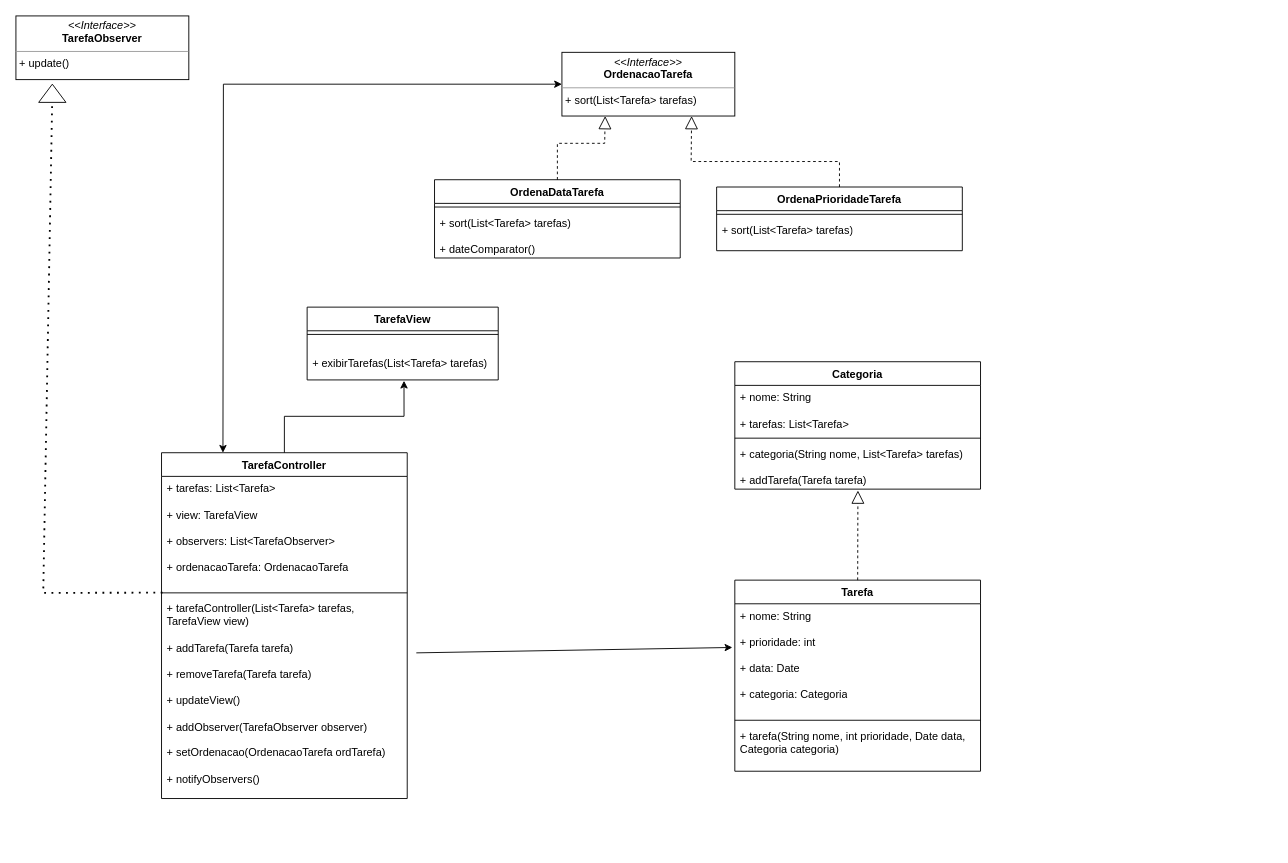
Before: Padroes/MVC/MVC.drawio in juliocesar1316/bertoti, a draw.io diagram. Source tidied: cells renumbered, new cells numbered last; positions are measured from the earlier drawing's top-left corner, leaving out a move shared by most shapes. Both pictures are drawn from the tidied source at 91%, with x=0, y=0 at pixel (15, 15).
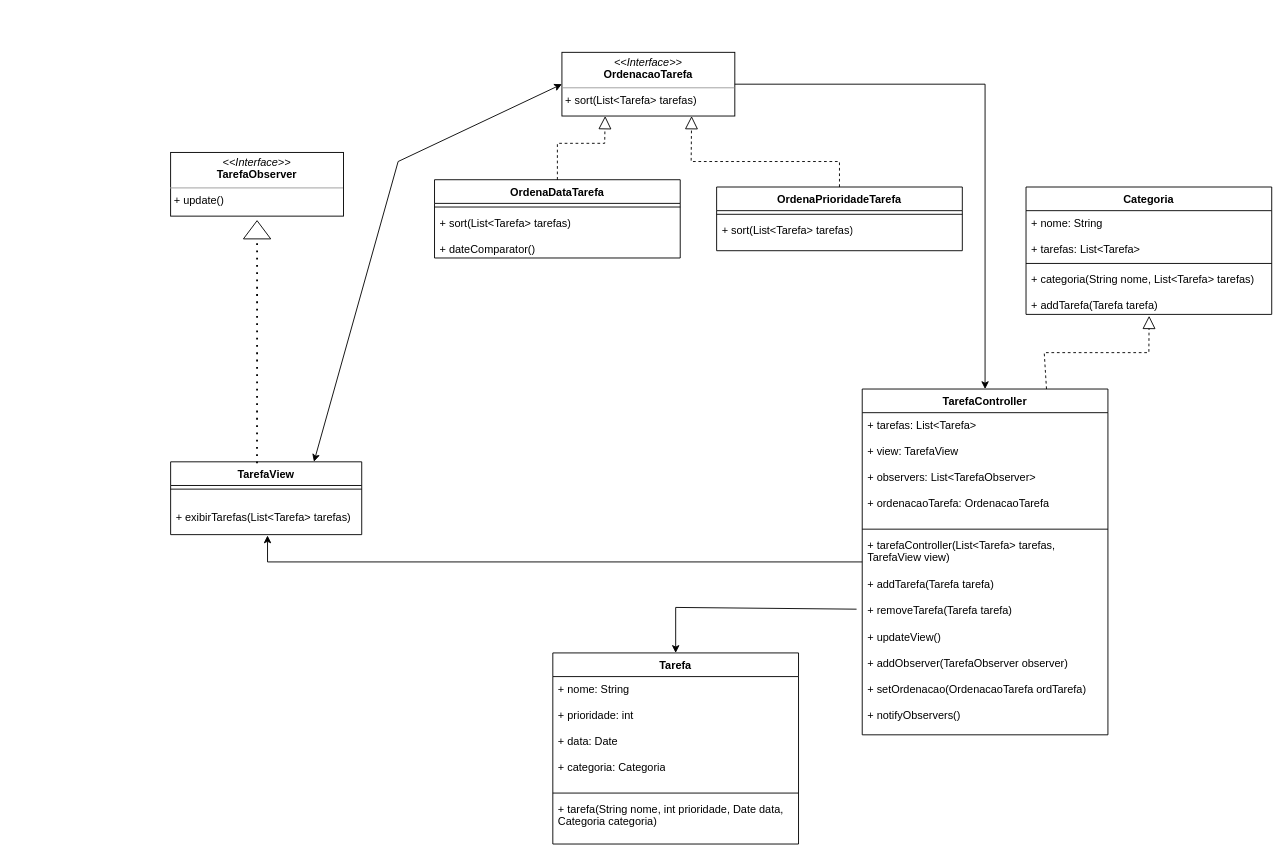
After the change.

Commit message (it also covers changes not shown here):
UML do mvc

The change refers to these unchanged cells:
```xml
<mxCell id="5" value="+ categoria(String nome, List&amp;lt;Tarefa&amp;gt; tarefas)&lt;br&gt;&lt;br&gt;+ addTarefa(Tarefa tarefa)" style="text;strokeColor=none;fillColor=none;align=left;verticalAlign=top;spacingLeft=4;spacingRight=4;overflow=hidden;points=[[0,0.5],[1,0.5]];portConstraint=eastwest;whiteSpace=wrap;html=1;" parent="2" vertex="1">
  <mxGeometry y="88" width="270" height="52" as="geometry" />
</mxCell>
<mxCell id="7" value="+ nome: String&lt;br&gt;&lt;br&gt;+ prioridade: int&lt;br&gt;&lt;br&gt;+ data: Date&lt;br&gt;&lt;br&gt;+ categoria: Categoria" style="text;strokeColor=none;fillColor=none;align=left;verticalAlign=top;spacingLeft=4;spacingRight=4;overflow=hidden;points=[[0,0.5],[1,0.5]];portConstraint=eastwest;whiteSpace=wrap;html=1;" parent="6" vertex="1">
  <mxGeometry y="26" width="270" height="124" as="geometry" />
</mxCell>
<mxCell id="12" value="&lt;br&gt;+ exibirTarefas(List&amp;lt;Tarefa&amp;gt; tarefas)" style="text;strokeColor=none;fillColor=none;align=left;verticalAlign=top;spacingLeft=4;spacingRight=4;overflow=hidden;points=[[0,0.5],[1,0.5]];portConstraint=eastwest;whiteSpace=wrap;html=1;" parent="10" vertex="1">
  <mxGeometry y="34" width="210" height="46" as="geometry" />
</mxCell>
<mxCell id="17" value="&lt;p style=&quot;margin:0px;margin-top:4px;text-align:center;&quot;&gt;&lt;i&gt;&amp;lt;&amp;lt;Interface&amp;gt;&amp;gt;&lt;/i&gt;&lt;br&gt;&lt;b&gt;OrdenacaoTarefa&lt;/b&gt;&lt;/p&gt;&lt;hr size=&quot;1&quot;&gt;&lt;p style=&quot;margin:0px;margin-left:4px;&quot;&gt;+ sort(List&amp;lt;Tarefa&amp;gt; tarefas)&lt;/p&gt;" style="verticalAlign=top;align=left;overflow=fill;fontSize=12;fontFamily=Helvetica;html=1;whiteSpace=wrap;" parent="1" vertex="1">
  <mxGeometry x="600" y="40" width="190" height="70" as="geometry" />
</mxCell>
<mxCell id="24" value="+ tarefaController(List&amp;lt;Tarefa&amp;gt; tarefas, TarefaView view)&lt;br&gt;&lt;br&gt;+ addTarefa(Tarefa tarefa)&lt;br&gt;&lt;br&gt;+ removeTarefa(Tarefa tarefa)&lt;br&gt;&lt;br&gt;+ updateView()&lt;br&gt;&lt;br&gt;+ addObserver(TarefaObserver observer)&lt;br&gt;&lt;br&gt;+ setOrdenacao(OrdenacaoTarefa ordTarefa)&lt;br&gt;&lt;br&gt;+ notifyObservers()" style="text;strokeColor=none;fillColor=none;align=left;verticalAlign=top;spacingLeft=4;spacingRight=4;overflow=hidden;points=[[0,0.5],[1,0.5]];portConstraint=eastwest;whiteSpace=wrap;html=1;" parent="21" vertex="1">
  <mxGeometry y="158" width="270" height="222" as="geometry" />
</mxCell>
```

Change to the diagram source:
```diff
@@
     <mxCell id="2" value="Categoria" style="swimlane;fontStyle=1;align=center;verticalAlign=top;horizontal=1;startSize=26;whiteSpace=wrap;html=1;" parent="1" vertex="1">
-      <mxGeometry x="790" y="380" width="270" height="140" as="geometry" />
+      <mxGeometry x="1110" y="188" width="270" height="140" as="geometry" />
     </mxCell>
@@
     <mxCell id="6" value="Tarefa" style="swimlane;fontStyle=1;align=center;verticalAlign=top;horizontal=1;startSize=26;whiteSpace=wrap;html=1;" parent="1" vertex="1">
-      <mxGeometry x="790" y="620" width="270" height="210" as="geometry" />
+      <mxGeometry x="590" y="700" width="270" height="210" as="geometry" />
     </mxCell>
@@
     <mxCell id="10" value="TarefaView" style="swimlane;fontStyle=1;align=center;verticalAlign=top;horizontal=1;startSize=26;whiteSpace=wrap;html=1;" parent="1" vertex="1">
-      <mxGeometry x="320" y="320" width="210" height="80" as="geometry" />
+      <mxGeometry x="170" y="490" width="210" height="80" as="geometry" />
     </mxCell>
@@
     <mxCell id="13" value="&lt;p style=&quot;margin:0px;margin-top:4px;text-align:center;&quot;&gt;&lt;i&gt;&amp;lt;&amp;lt;Interface&amp;gt;&amp;gt;&lt;/i&gt;&lt;br&gt;&lt;b&gt;TarefaObserver&lt;/b&gt;&lt;/p&gt;&lt;hr size=&quot;1&quot;&gt;&lt;p style=&quot;margin:0px;margin-left:4px;&quot;&gt;+ update()&lt;/p&gt;" style="verticalAlign=top;align=left;overflow=fill;fontSize=12;fontFamily=Helvetica;html=1;whiteSpace=wrap;" parent="1" vertex="1">
-      <mxGeometry width="190" height="70" as="geometry" />
+      <mxGeometry x="170" y="150" width="190" height="70" as="geometry" />
     </mxCell>
@@
     <mxCell id="21" value="TarefaController" style="swimlane;fontStyle=1;align=center;verticalAlign=top;horizontal=1;startSize=26;whiteSpace=wrap;html=1;" parent="1" vertex="1">
-      <mxGeometry x="160" y="480" width="270" height="380" as="geometry" />
+      <mxGeometry x="930" y="410" width="270" height="380" as="geometry" />
     </mxCell>
@@
-    <mxCell id="27" style="edgeStyle=orthogonalEdgeStyle;rounded=0;jettySize=auto;html=1;exitX=0.5;exitY=0;exitDx=0;exitDy=0;entryX=0.507;entryY=1.02;entryDx=0;entryDy=0;entryPerimeter=0;" parent="1" edge="1" source="21" target="12">
+    <mxCell id="27" style="edgeStyle=orthogonalEdgeStyle;rounded=0;jettySize=auto;html=1;entryX=0.507;entryY=1.02;entryDx=0;entryDy=0;entryPerimeter=0;" parent="1" edge="1" source="21" target="12">
       <mxGeometry relative="1" as="geometry" />
     </mxCell>
-    <mxCell id="28" style="endArrow=block;dashed=1;endFill=0;endSize=12;html=1;rounded=0;entryX=0.501;entryY=1.029;entryDx=0;entryDy=0;entryPerimeter=0;exitX=0.5;exitY=0;exitDx=0;exitDy=0;" parent="1" edge="1" source="6" target="5">
-      <mxGeometry relative="1" as="geometry" />
+    <mxCell id="28" style="endArrow=block;dashed=1;endFill=0;endSize=12;html=1;rounded=0;entryX=0.501;entryY=1.029;entryDx=0;entryDy=0;entryPerimeter=0;exitX=0.75;exitY=0;exitDx=0;exitDy=0;" parent="1" edge="1" source="21" target="5">
+      <mxGeometry relative="1" as="geometry">
+        <Array as="points">
+          <mxPoint x="1130" y="370" />
+          <mxPoint x="1245" y="370" />
+        </Array>
+      </mxGeometry>
     </mxCell>
-    <mxCell id="29" style="endArrow=classic;startArrow=classic;html=1;rounded=0;entryX=0;entryY=0.5;entryDx=0;entryDy=0;exitX=0.25;exitY=0;exitDx=0;exitDy=0;" parent="1" edge="1" source="21" target="17">
+    <mxCell id="29" style="endArrow=classic;startArrow=classic;html=1;rounded=0;entryX=0;entryY=0.5;entryDx=0;entryDy=0;exitX=0.75;exitY=0;exitDx=0;exitDy=0;" parent="1" edge="1" source="10" target="17">
       <mxGeometry relative="1" as="geometry">
         <Array as="points">
-          <mxPoint x="228" y="75" />
+          <mxPoint x="420" y="160" />
         </Array>
       </mxGeometry>
     </mxCell>
-    <mxCell id="30" style="endArrow=none;dashed=1;html=1;dashPattern=1 3;strokeWidth=2;rounded=0;exitX=0.004;exitY=-0.019;exitDx=0;exitDy=0;exitPerimeter=0;" parent="1" edge="1" source="24" target="31">
+    <mxCell id="30" style="endArrow=none;dashed=1;html=1;dashPattern=1 3;strokeWidth=2;rounded=0;exitX=0.452;exitY=0.021;exitDx=0;exitDy=0;exitPerimeter=0;" parent="1" edge="1" source="10" target="31">
       <mxGeometry relative="1" as="geometry">
         <Array as="points">
-          <mxPoint x="30" y="634" />
+          <mxPoint x="265" y="400" />
         </Array>
       </mxGeometry>
     </mxCell>
     <mxCell id="31" style="triangle;whiteSpace=wrap;html=1;rotation=-90;" parent="1" vertex="1">
-      <mxGeometry x="30" y="70" width="20" height="30" as="geometry" />
+      <mxGeometry x="255" y="220" width="20" height="30" as="geometry" />
     </mxCell>
-    <mxCell id="32" style="endArrow=classic;html=1;rounded=0;exitX=1.037;exitY=0.279;exitDx=0;exitDy=0;exitPerimeter=0;entryX=-0.01;entryY=0.387;entryDx=0;entryDy=0;entryPerimeter=0;" parent="1" edge="1" source="24" target="7">
-      <mxGeometry relative="1" as="geometry" />
+    <mxCell id="32" style="endArrow=classic;html=1;rounded=0;exitX=-0.023;exitY=0.378;exitDx=0;exitDy=0;entryX=0.5;entryY=0;entryDx=0;entryDy=0;exitPerimeter=0;" parent="1" edge="1" source="24" target="6">
+      <mxGeometry relative="1" as="geometry">
+        <Array as="points">
+          <mxPoint x="725" y="650" />
+        </Array>
+      </mxGeometry>
     </mxCell>
+    <mxCell id="33" style="edgeStyle=orthogonalEdgeStyle;rounded=0;jettySize=auto;html=1;entryX=0.5;entryY=0;entryDx=0;entryDy=0;exitX=1;exitY=0.5;exitDx=0;exitDy=0;" parent="1" edge="1" source="17" target="21">
+      <mxGeometry relative="1" as="geometry" />
+    </mxCell>
```
